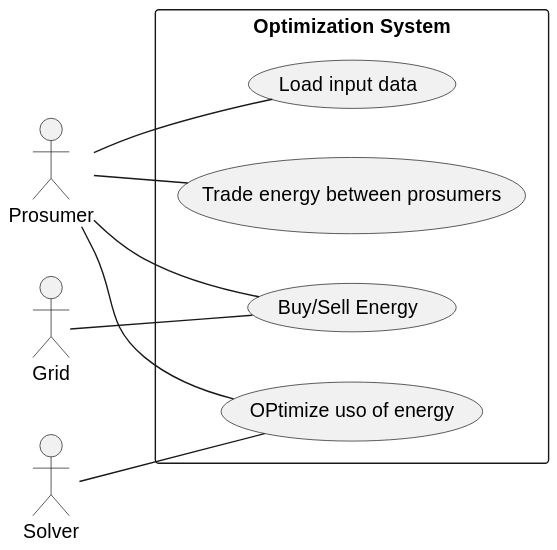
Above: out/Documentation/UseCaseDiagram/UseCaseDiagram/UseCaseDiagram.svg in Phenriquerafael/EnergyComunitiesPlatform (PlantUML), before the change. Its diagram source:
```plantuml
@startuml
left to right direction
actor Prosumer
actor Grid
actor Solver

rectangle "Optimization System" {
    usecase "Load input data" as UC1
    usecase "OPtimize uso of energy" as UC2
    usecase "Buy/Sell Energy" as UC3
    usecase "Trade energy between prosumers" as UC4
}

Prosumer -- UC1
Prosumer -- UC2
Prosumer -- UC3
Prosumer -- UC4
Grid -- UC3
Solver -- UC2
@enduml
```
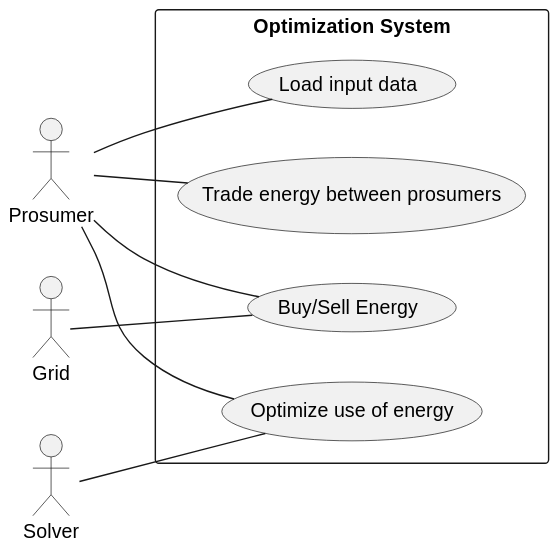
Above is the later version.

What changed in the source:
```diff
@@ -6,7 +6,7 @@
 
 rectangle "Optimization System" {
     usecase "Load input data" as UC1
-    usecase "OPtimize uso of energy" as UC2
+    usecase "Optimize use of energy" as UC2
     usecase "Buy/Sell Energy" as UC3
     usecase "Trade energy between prosumers" as UC4
 }
```
